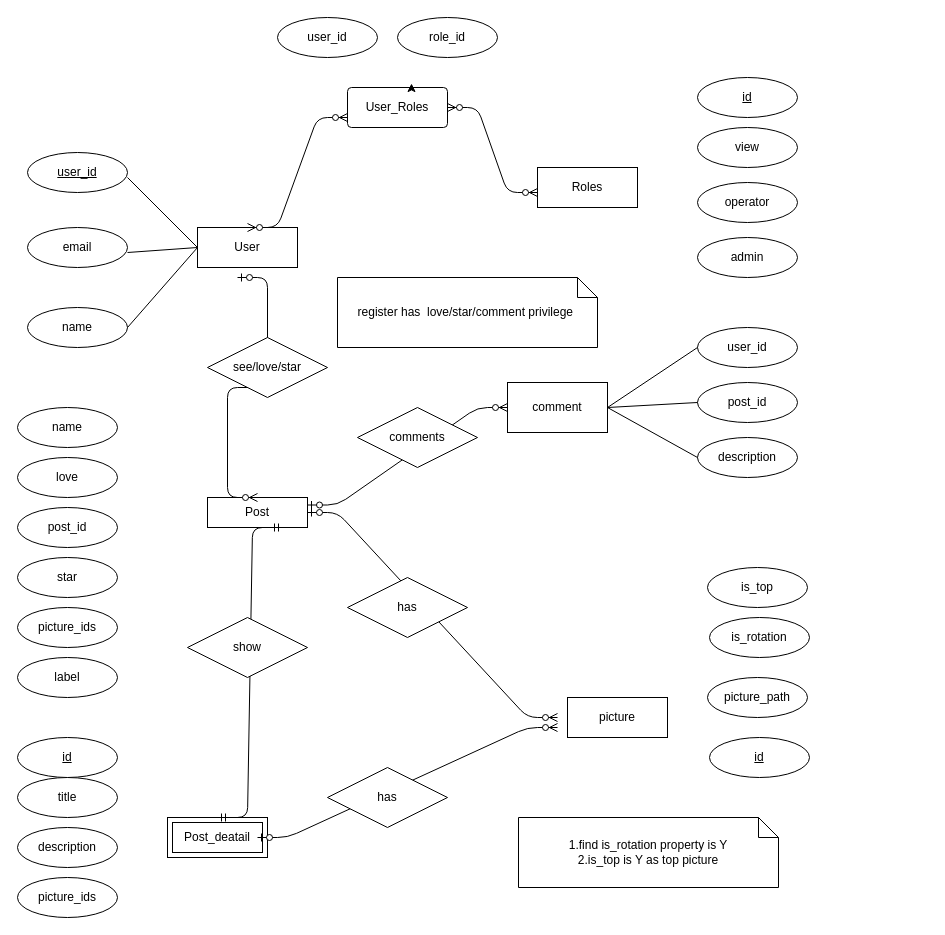
This is Untitled Diagram.drawio from elaineloyanyee/githubtest, a draw.io file, before an edit. Source tidied: cells renumbered, new cells numbered last; positions are measured from the earlier drawing's top-left corner, leaving out a move shared by most shapes. Both pictures are drawn from the tidied source at 100%, with x=0, y=0 at pixel (17, 17).
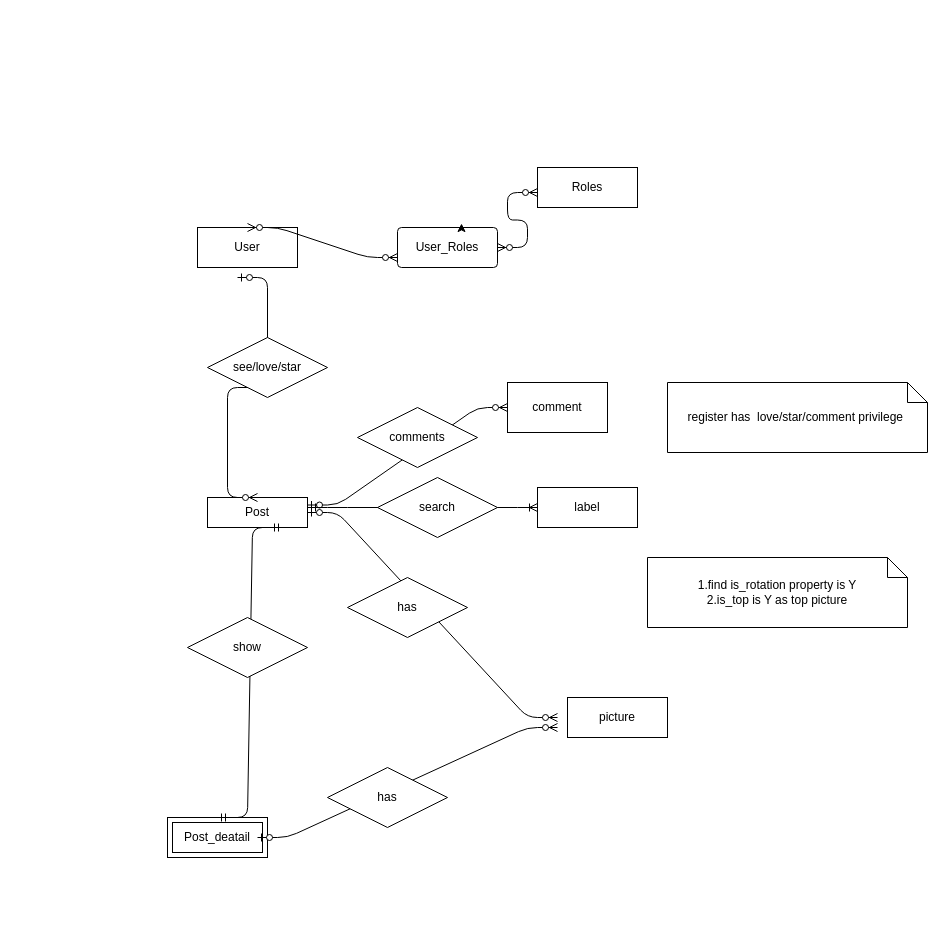
The same page after the edit.

The change refers to these unchanged cells:
```xml
<mxCell id="2" value="User" style="whiteSpace=wrap;html=1;align=center;" parent="1" vertex="1">
  <mxGeometry x="180" y="210" width="100" height="40" as="geometry" />
</mxCell>
<mxCell id="4" value="comment" style="whiteSpace=wrap;html=1;align=center;" parent="1" vertex="1">
  <mxGeometry x="490" y="365" width="100" height="50" as="geometry" />
</mxCell>
```

The edit, as a diff of the source:
```diff
@@
-    <mxCell id="6" value="name" style="ellipse;whiteSpace=wrap;html=1;align=center;" parent="1" vertex="1">
-      <mxGeometry x="10" y="290" width="100" height="40" as="geometry" />
-    </mxCell>
-    <mxCell id="7" value="email" style="ellipse;whiteSpace=wrap;html=1;align=center;" parent="1" vertex="1">
-      <mxGeometry x="10" y="210" width="100" height="40" as="geometry" />
-    </mxCell>
-    <mxCell id="8" value="user_id" style="ellipse;whiteSpace=wrap;html=1;align=center;fontStyle=4;" parent="1" vertex="1">
-      <mxGeometry x="10" y="135" width="100" height="40" as="geometry" />
-    </mxCell>
-    <mxCell id="9" style="endArrow=none;html=1;rounded=0;" parent="1" edge="1">
-      <mxGeometry relative="1" as="geometry">
-        <mxPoint x="110" y="310" as="sourcePoint" />
-        <mxPoint x="180" y="230" as="targetPoint" />
-      </mxGeometry>
-    </mxCell>
-    <mxCell id="10" style="endArrow=none;html=1;rounded=0;entryX=0;entryY=0.5;entryDx=0;entryDy=0;" parent="1" edge="1" target="2">
-      <mxGeometry relative="1" as="geometry">
-        <mxPoint x="110" y="160" as="sourcePoint" />
-      </mxGeometry>
-    </mxCell>
-    <mxCell id="11" style="endArrow=none;html=1;rounded=0;entryX=0;entryY=0.5;entryDx=0;entryDy=0;" parent="1" edge="1" target="2">
-      <mxGeometry relative="1" as="geometry">
-        <mxPoint x="110" y="235" as="sourcePoint" />
-      </mxGeometry>
-    </mxCell>
@@
-    <mxCell id="13" value="description" style="ellipse;whiteSpace=wrap;html=1;align=center;" parent="1" vertex="1">
-      <mxGeometry x="680" y="420" width="100" height="40" as="geometry" />
-    </mxCell>
-    <mxCell id="14" value="post_id" style="ellipse;whiteSpace=wrap;html=1;align=center;" parent="1" vertex="1">
-      <mxGeometry x="680" y="365" width="100" height="40" as="geometry" />
-    </mxCell>
-    <mxCell id="15" value="user_id" style="ellipse;whiteSpace=wrap;html=1;align=center;" parent="1" vertex="1">
-      <mxGeometry x="680" y="310" width="100" height="40" as="geometry" />
-    </mxCell>
-    <mxCell id="16" style="endArrow=none;html=1;rounded=0;exitX=1;exitY=0.5;exitDx=0;exitDy=0;" parent="1" edge="1" source="4">
-      <mxGeometry relative="1" as="geometry">
-        <mxPoint x="680" y="330" as="targetPoint" />
-      </mxGeometry>
-    </mxCell>
-    <mxCell id="17" style="endArrow=none;html=1;rounded=0;exitX=1;exitY=0.5;exitDx=0;exitDy=0;entryX=0;entryY=0.5;entryDx=0;entryDy=0;" parent="1" edge="1" source="4" target="14">
-      <mxGeometry relative="1" as="geometry" />
-    </mxCell>
-    <mxCell id="18" style="endArrow=none;html=1;rounded=0;exitX=1;exitY=0.5;exitDx=0;exitDy=0;entryX=0;entryY=0.5;entryDx=0;entryDy=0;" parent="1" edge="1" source="4" target="13">
-      <mxGeometry relative="1" as="geometry" />
-    </mxCell>
-    <mxCell id="19" value="star" style="ellipse;whiteSpace=wrap;html=1;align=center;" parent="1" vertex="1">
-      <mxGeometry y="540" width="100" height="40" as="geometry" />
-    </mxCell>
-    <mxCell id="20" value="love" style="ellipse;whiteSpace=wrap;html=1;align=center;" parent="1" vertex="1">
-      <mxGeometry y="440" width="100" height="40" as="geometry" />
-    </mxCell>
-    <mxCell id="21" value="post_id" style="ellipse;whiteSpace=wrap;html=1;align=center;" parent="1" vertex="1">
-      <mxGeometry y="490" width="100" height="40" as="geometry" />
-    </mxCell>
-    <mxCell id="22" value="name" style="ellipse;whiteSpace=wrap;html=1;align=center;" parent="1" vertex="1">
-      <mxGeometry y="390" width="100" height="40" as="geometry" />
-    </mxCell>
-    <mxCell id="23" value="description" style="ellipse;whiteSpace=wrap;html=1;align=center;" parent="1" vertex="1">
-      <mxGeometry y="810" width="100" height="40" as="geometry" />
-    </mxCell>
-    <mxCell id="24" value="title" style="ellipse;whiteSpace=wrap;html=1;align=center;" parent="1" vertex="1">
-      <mxGeometry y="760" width="100" height="40" as="geometry" />
-    </mxCell>
-    <mxCell id="25" value="picture_ids" style="ellipse;whiteSpace=wrap;html=1;align=center;" parent="1" vertex="1">
-      <mxGeometry y="860" width="100" height="40" as="geometry" />
-    </mxCell>
-    <mxCell id="26" value="picture_path" style="ellipse;whiteSpace=wrap;html=1;align=center;" parent="1" vertex="1">
-      <mxGeometry x="690" y="660" width="100" height="40" as="geometry" />
-    </mxCell>
@@
-    <mxCell id="28" value="view" style="ellipse;whiteSpace=wrap;html=1;align=center;" parent="1" vertex="1">
-      <mxGeometry x="680" y="110" width="100" height="40" as="geometry" />
-    </mxCell>
-    <mxCell id="29" value="operator" style="ellipse;whiteSpace=wrap;html=1;align=center;" parent="1" vertex="1">
-      <mxGeometry x="680" y="165" width="100" height="40" as="geometry" />
-    </mxCell>
     <mxCell id="30" value="User_Roles" style="rounded=1;arcSize=10;whiteSpace=wrap;html=1;align=center;" parent="1" vertex="1">
-      <mxGeometry x="330" y="70" width="100" height="40" as="geometry" />
+      <mxGeometry x="380" y="210" width="100" height="40" as="geometry" />
     </mxCell>
-    <mxCell id="31" value="admin" style="ellipse;whiteSpace=wrap;html=1;align=center;" parent="1" vertex="1">
-      <mxGeometry x="680" y="220" width="100" height="40" as="geometry" />
-    </mxCell>
-    <mxCell id="32" value="picture_ids" style="ellipse;whiteSpace=wrap;html=1;align=center;" parent="1" vertex="1">
-      <mxGeometry y="590" width="100" height="40" as="geometry" />
-    </mxCell>
-    <mxCell id="33" value="label" style="ellipse;whiteSpace=wrap;html=1;align=center;" parent="1" vertex="1">
-      <mxGeometry y="640" width="100" height="40" as="geometry" />
-    </mxCell>
-    <mxCell id="34" value="id" style="ellipse;whiteSpace=wrap;html=1;align=center;fontStyle=4;" parent="1" vertex="1">
-      <mxGeometry y="720" width="100" height="40" as="geometry" />
-    </mxCell>
@@
-    <mxCell id="38" value="role_id" style="ellipse;whiteSpace=wrap;html=1;align=center;" parent="1" vertex="1">
-      <mxGeometry x="380" width="100" height="40" as="geometry" />
-    </mxCell>
-    <mxCell id="39" value="user_id" style="ellipse;whiteSpace=wrap;html=1;align=center;" parent="1" vertex="1">
-      <mxGeometry x="260" width="100" height="40" as="geometry" />
-    </mxCell>
-    <mxCell id="40" value="id" style="ellipse;whiteSpace=wrap;html=1;align=center;fontStyle=4;" parent="1" vertex="1">
-      <mxGeometry x="680" y="60" width="100" height="40" as="geometry" />
-    </mxCell>
@@
     <mxCell id="49" value="register has &amp;nbsp;love/star/comment privilege&amp;nbsp;" style="shape=note;size=20;whiteSpace=wrap;html=1;" parent="1" vertex="1">
-      <mxGeometry x="320" y="260" width="260" height="70" as="geometry" />
+      <mxGeometry x="650" y="365" width="260" height="70" as="geometry" />
     </mxCell>
@@
-    <mxCell id="53" value="id" style="ellipse;whiteSpace=wrap;html=1;align=center;fontStyle=4;" parent="1" vertex="1">
-      <mxGeometry x="692" y="720" width="100" height="40" as="geometry" />
-    </mxCell>
-    <mxCell id="54" value="is_rotation" style="ellipse;whiteSpace=wrap;html=1;align=center;" parent="1" vertex="1">
-      <mxGeometry x="692" y="600" width="100" height="40" as="geometry" />
-    </mxCell>
-    <mxCell id="55" value="is_top" style="ellipse;whiteSpace=wrap;html=1;align=center;" parent="1" vertex="1">
-      <mxGeometry x="690" y="550" width="100" height="40" as="geometry" />
-    </mxCell>
     <mxCell id="56" value="1.find is_rotation property is Y&lt;br&gt;2.is_top is Y as top picture" style="shape=note;size=20;whiteSpace=wrap;html=1;" parent="1" vertex="1">
-      <mxGeometry x="501" y="800" width="260" height="70" as="geometry" />
+      <mxGeometry x="630" y="540" width="260" height="70" as="geometry" />
     </mxCell>
+    <mxCell id="33" value="label" style="whiteSpace=wrap;html=1;align=center;" parent="1" vertex="1">
+      <mxGeometry x="520" y="470" width="100" height="40" as="geometry" />
+    </mxCell>
+    <mxCell id="57" style="edgeStyle=entityRelationEdgeStyle;fontSize=12;html=1;endArrow=ERoneToMany;startArrow=ERmandOne;entryX=0;entryY=0.5;entryDx=0;entryDy=0;" parent="1" edge="1" target="33">
+      <mxGeometry relative="1" as="geometry">
+        <mxPoint x="290" y="490" as="sourcePoint" />
+      </mxGeometry>
+    </mxCell>
+    <mxCell id="58" value="search" style="shape=rhombus;perimeter=rhombusPerimeter;whiteSpace=wrap;html=1;align=center;" parent="1" vertex="1">
+      <mxGeometry x="360" y="460" width="120" height="60" as="geometry" />
+    </mxCell>
```
